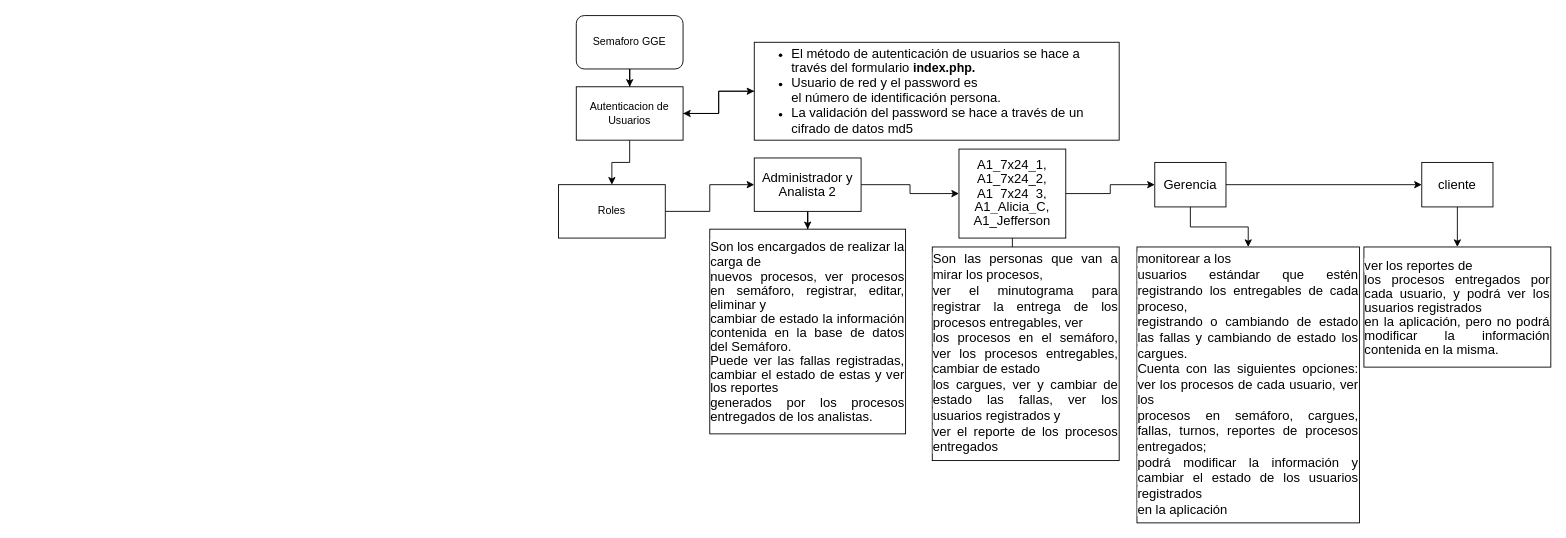
Above: semaforo_axity.drawio in CarlosAbeja/tienda-de-miel (draw.io), before the change. Source tidied: cells renumbered, new cells numbered last; positions are measured from the earlier drawing's top-left corner, leaving out a move shared by most shapes. Both pictures are drawn from the tidied source at 89%, with x=0, y=0 at pixel (558, 15).
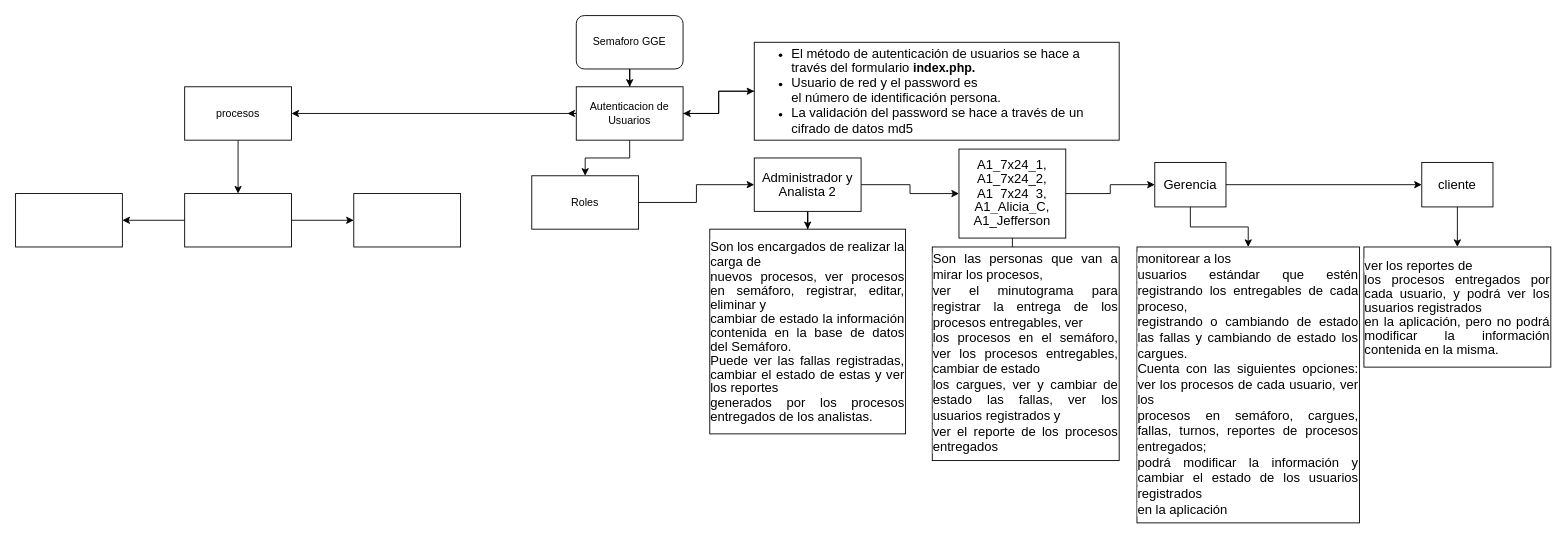
Above is the later version.

Unchanged cells that the change refers to:
```xml
<mxCell id="6" value="Autenticacion de Usuarios" style="rounded=0;whiteSpace=wrap;html=1;" parent="1" vertex="1">
  <mxGeometry x="20" y="80" width="120" height="60" as="geometry" />
</mxCell>
```

What changed in the source:
```diff
@@
+    <mxCell id="26" style="edgeStyle=orthogonalEdgeStyle;rounded=0;jettySize=auto;html=1;exitX=0;exitY=0.5;exitDx=0;exitDy=0;" parent="1" edge="1" source="6">
+      <mxGeometry relative="1" as="geometry">
+        <mxPoint x="10" y="109.9" as="targetPoint" />
+      </mxGeometry>
+    </mxCell>
+    <mxCell id="27" style="edgeStyle=orthogonalEdgeStyle;rounded=0;jettySize=auto;html=1;" parent="1" edge="1" source="6" target="29">
+      <mxGeometry relative="1" as="geometry" />
+    </mxCell>
@@
     <mxCell id="8" value="Roles" style="rounded=0;whiteSpace=wrap;html=1;" parent="1" vertex="1">
-      <mxGeometry y="190" width="120" height="60" as="geometry" />
+      <mxGeometry x="-30" y="180" width="120" height="60" as="geometry" />
     </mxCell>
@@
+    <mxCell id="28" style="edgeStyle=orthogonalEdgeStyle;rounded=0;jettySize=auto;html=1;" parent="1" edge="1" source="29" target="32">
+      <mxGeometry relative="1" as="geometry" />
+    </mxCell>
+    <mxCell id="29" value="procesos" style="whiteSpace=wrap;html=1;rounded=0;" parent="1" vertex="1">
+      <mxGeometry x="-420" y="80" width="120" height="60" as="geometry" />
+    </mxCell>
+    <mxCell id="30" style="edgeStyle=orthogonalEdgeStyle;rounded=0;jettySize=auto;html=1;" parent="1" edge="1" source="32" target="33">
+      <mxGeometry relative="1" as="geometry" />
+    </mxCell>
+    <mxCell id="31" style="edgeStyle=orthogonalEdgeStyle;rounded=0;jettySize=auto;html=1;" parent="1" edge="1" source="32" target="34">
+      <mxGeometry relative="1" as="geometry" />
+    </mxCell>
+    <mxCell id="32" style="whiteSpace=wrap;html=1;rounded=0;" parent="1" vertex="1">
+      <mxGeometry x="-420" y="200" width="120" height="60" as="geometry" />
+    </mxCell>
+    <mxCell id="33" style="whiteSpace=wrap;html=1;rounded=0;" parent="1" vertex="1">
+      <mxGeometry x="-230" y="200" width="120" height="60" as="geometry" />
+    </mxCell>
+    <mxCell id="34" style="whiteSpace=wrap;html=1;rounded=0;" parent="1" vertex="1">
+      <mxGeometry x="-610" y="200" width="120" height="60" as="geometry" />
+    </mxCell>
```
